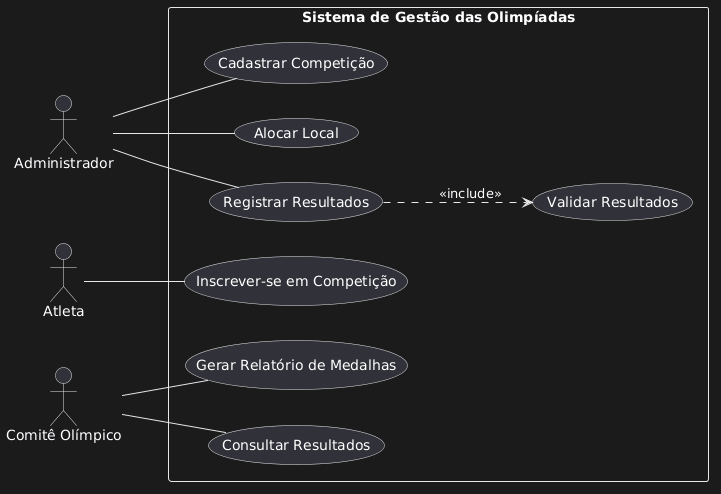
Above: imagens/diagrama-casos-de-uso.png in bernardocdm/sistema-gestao-olimpiadas (PlantUML), before the change.
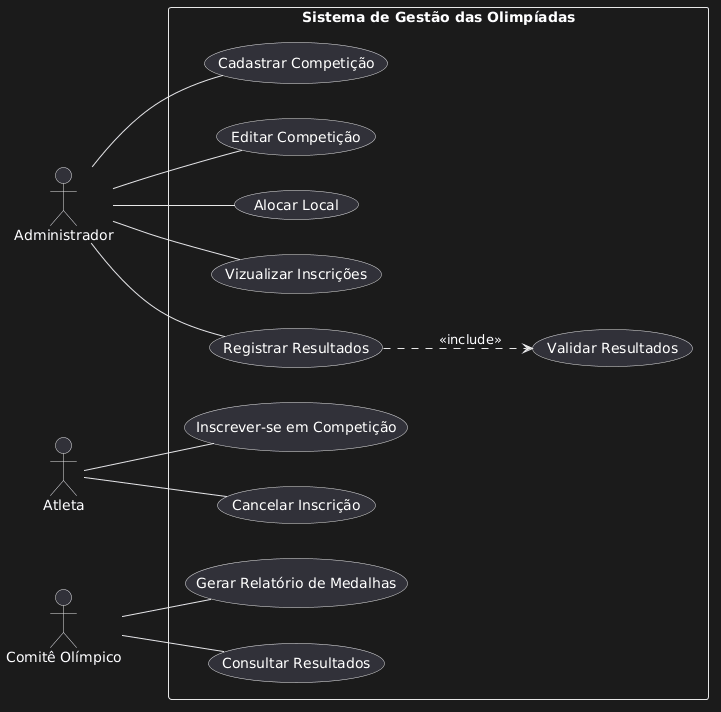
After the commit.

Commit message:
Diagramas e readme atualizados

What changed in the source:
```diff
@@ -7,12 +7,16 @@
 
 rectangle "Sistema de Gestão das Olimpíadas" {
   Administrador -- (Cadastrar Competição)
+  Administrador -- (Editar Competição)
   Administrador -- (Alocar Local)
+  Administrador -- (Vizualizar Inscrições)
   Administrador -- (Registrar Resultados)
+
 
   (Registrar Resultados) ..> (Validar Resultados) : <<include>>
 
   Atleta -- (Inscrever-se em Competição)
+  Atleta -- (Cancelar Inscrição)
 
   Comite -- (Gerar Relatório de Medalhas)
   Comite -- (Consultar Resultados)
```
